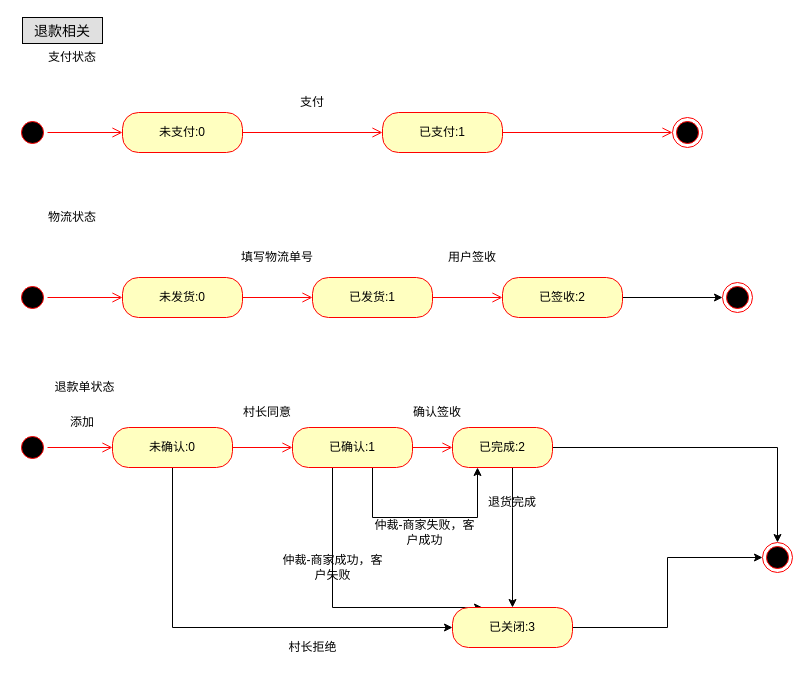
Above: page "退款流程" (2 of 8) of 码上趣.drawio in JhonShi/mashangqu (draw.io), before the change. Source tidied: cells renumbered, new cells numbered last; positions are measured from the earlier drawing's top-left corner, leaving out a move shared by most shapes. Both pictures are drawn from the tidied source at 100%, with x=0, y=0 at pixel (17, 17).
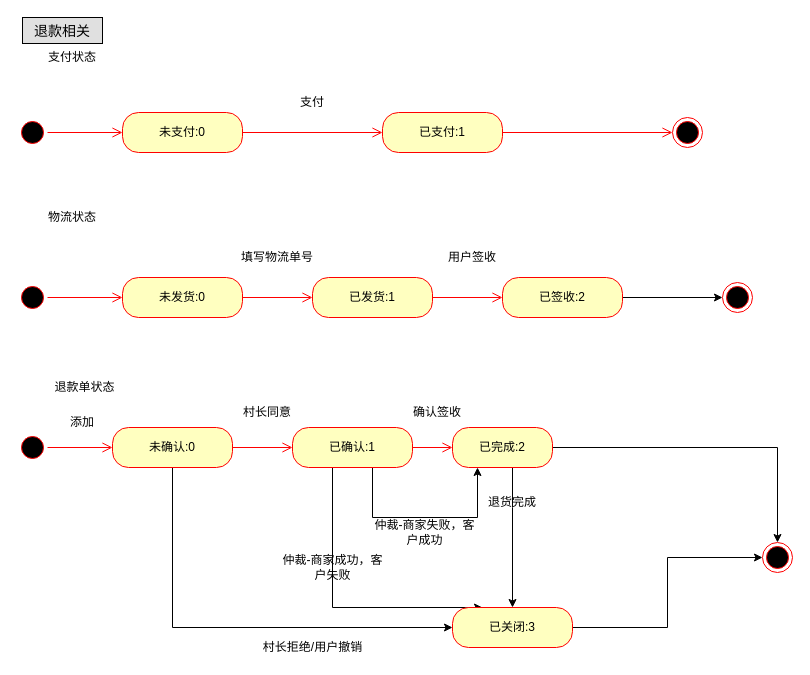
The same diagram, later.

What changed in the source:
```diff
@@
-    <mxCell id="42" value="村长拒绝" style="text;html=1;strokeColor=none;fillColor=none;align=center;verticalAlign=middle;whiteSpace=wrap;rounded=0;" parent="1" vertex="1">
+    <mxCell id="42" value="村长拒绝/用户撤销" style="text;html=1;strokeColor=none;fillColor=none;align=center;verticalAlign=middle;whiteSpace=wrap;rounded=0;" parent="1" vertex="1">
       <mxGeometry x="242.5" y="620" width="105" height="20" as="geometry" />
     </mxCell>
```
